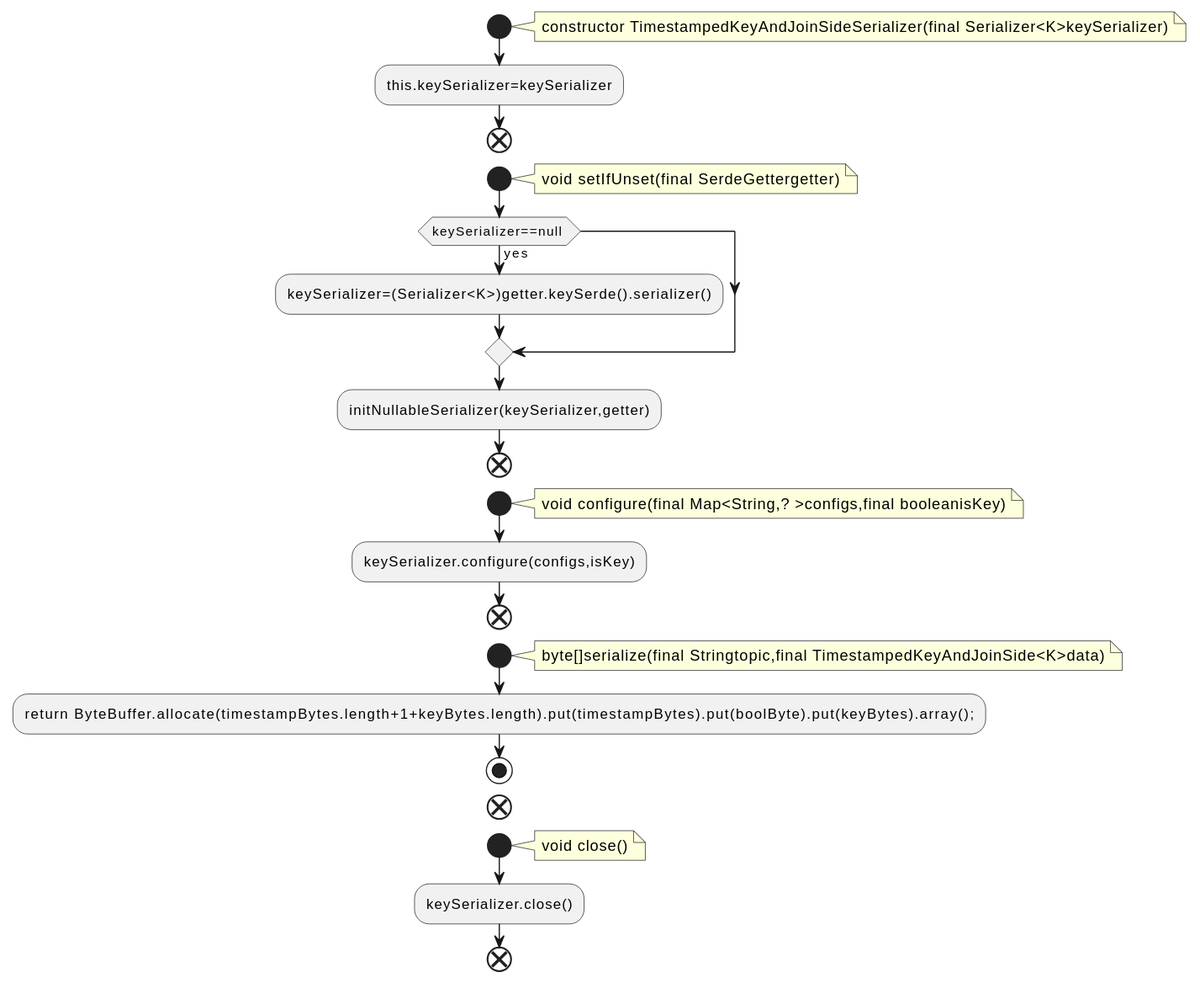
Earlier version of the PlantUML export docs/qc/streams/src/main/java/org/apache/kafka/streams/state/internals/TimestampedKeyAndJoinSideSerializer.java.fct.svg (qualitesys/kafka).
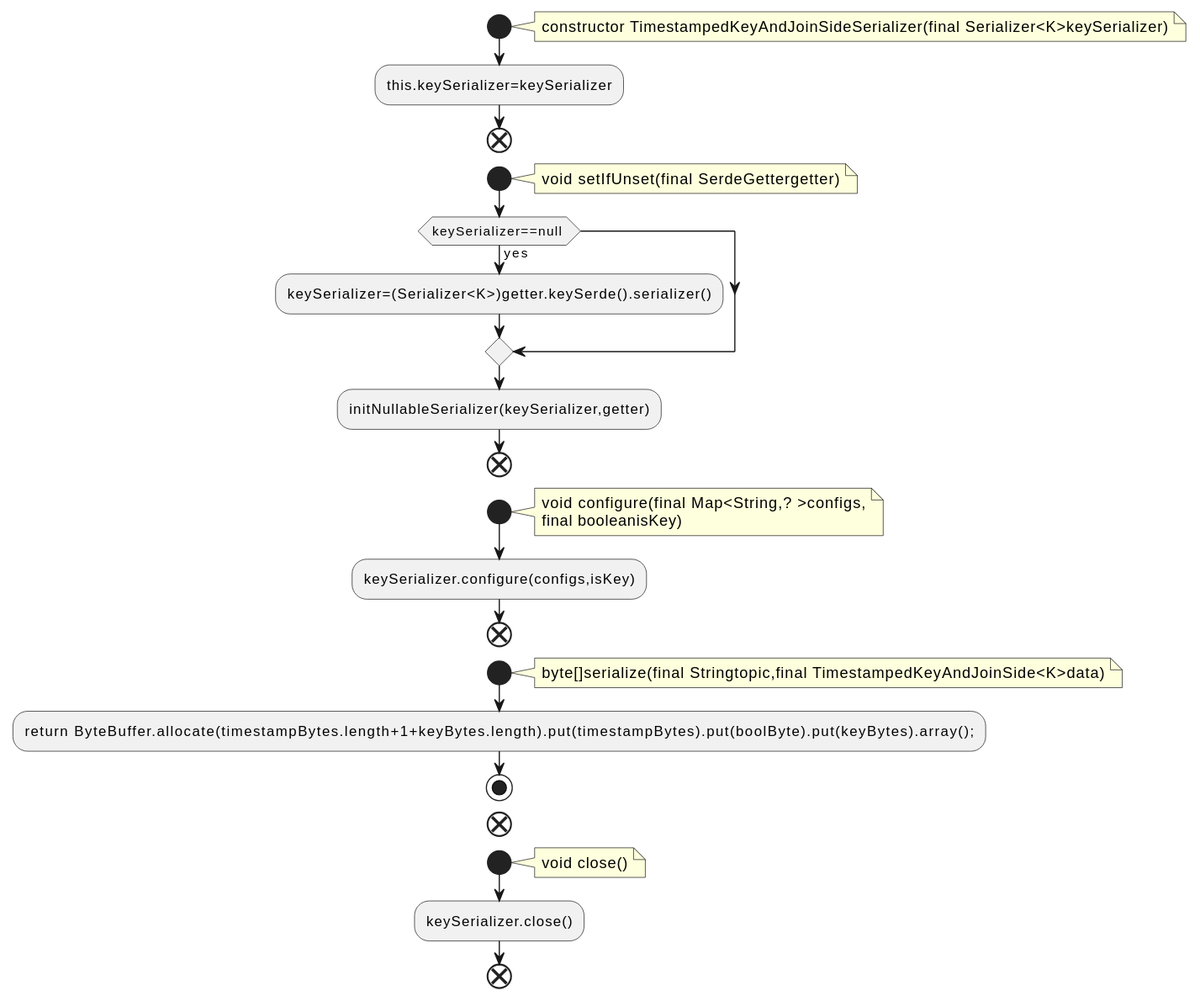
After the change.

Diff of the diagram source:
```diff
@@ -17,7 +17,8 @@
 end
 start
 note right
-void configure(final Map<String,? >configs,final booleanisKey)
+void configure(final Map<String,? >configs,
+final booleanisKey)
 end note
 :keySerializer.configure(configs,isKey);
 end
```
